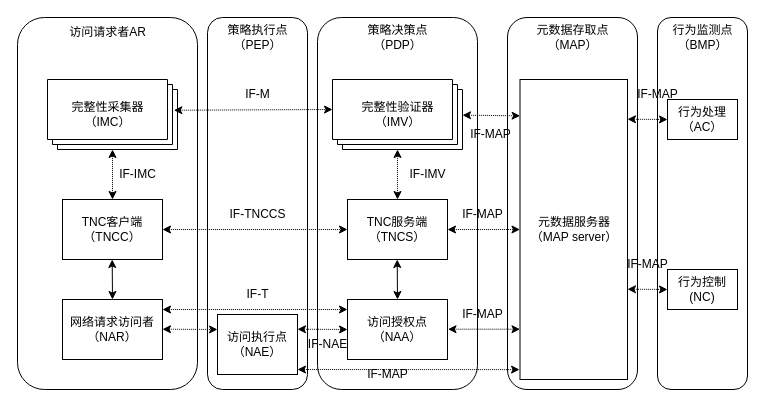
This is testDirectory/TNC体系架构.drawio from Moose1273/-, a draw.io file, before an edit. Source tidied: cells renumbered, new cells numbered last; positions are measured from the earlier drawing's top-left corner, leaving out a move shared by most shapes. Both pictures are drawn from the tidied source at 100%, with x=0, y=0 at pixel (17, 17).
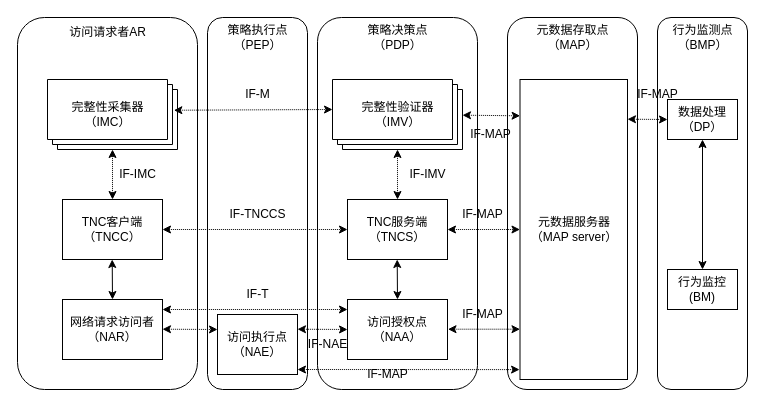
The same diagram, later.

Commit message:
更新TNC体系架构.drawio

The edit, as a diff of the source:
```diff
@@
-    <mxCell id="31" value="行为处理（AC）" style="rounded=0;whiteSpace=wrap;html=1;" parent="1" vertex="1">
+    <mxCell id="31" value="数据处理（DP）" style="rounded=0;whiteSpace=wrap;html=1;" parent="1" vertex="1">
       <mxGeometry x="650" y="82" width="70" height="40" as="geometry" />
     </mxCell>
-    <mxCell id="32" value="&lt;div&gt;行为控制&lt;/div&gt;&lt;div&gt;(NC)&lt;/div&gt;" style="rounded=0;whiteSpace=wrap;html=1;" parent="1" vertex="1">
+    <mxCell id="32" value="&lt;div&gt;行为监控&lt;/div&gt;&lt;div&gt;(BM)&lt;/div&gt;" style="rounded=0;whiteSpace=wrap;html=1;" parent="1" vertex="1">
       <mxGeometry x="650" y="252" width="70" height="40" as="geometry" />
     </mxCell>
@@
-    <mxCell id="34" style="endArrow=classic;startArrow=classic;html=1;rounded=0;dashed=1;dashPattern=1 1;entryX=0;entryY=0.5;entryDx=0;entryDy=0;" parent="1" edge="1" target="32">
-      <mxGeometry relative="1" as="geometry">
-        <mxPoint x="610" y="271.7" as="sourcePoint" />
-      </mxGeometry>
+    <mxCell id="34" style="endArrow=classic;startArrow=classic;html=1;rounded=0;entryX=0.5;entryY=1;entryDx=0;entryDy=0;" parent="1" edge="1" source="32" target="31">
+      <mxGeometry relative="1" as="geometry" />
     </mxCell>
@@
-    <mxCell id="46" value="IF-MAP" style="text;html=1;align=center;verticalAlign=middle;strokeColor=none;fillColor=none;" parent="1" vertex="1">
-      <mxGeometry x="600" y="232" width="60" height="30" as="geometry" />
-    </mxCell>
```
